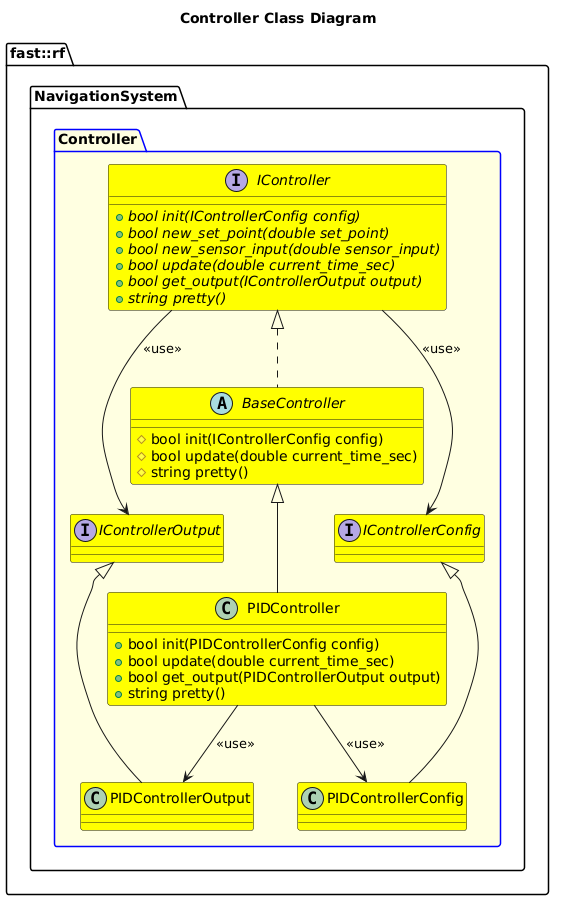
fastrobotics/robot_framework keeps this PlantUML diagram as Systems/Navigation/doc/puml/ControllerClassDiagram.png. Above is the earlier version.
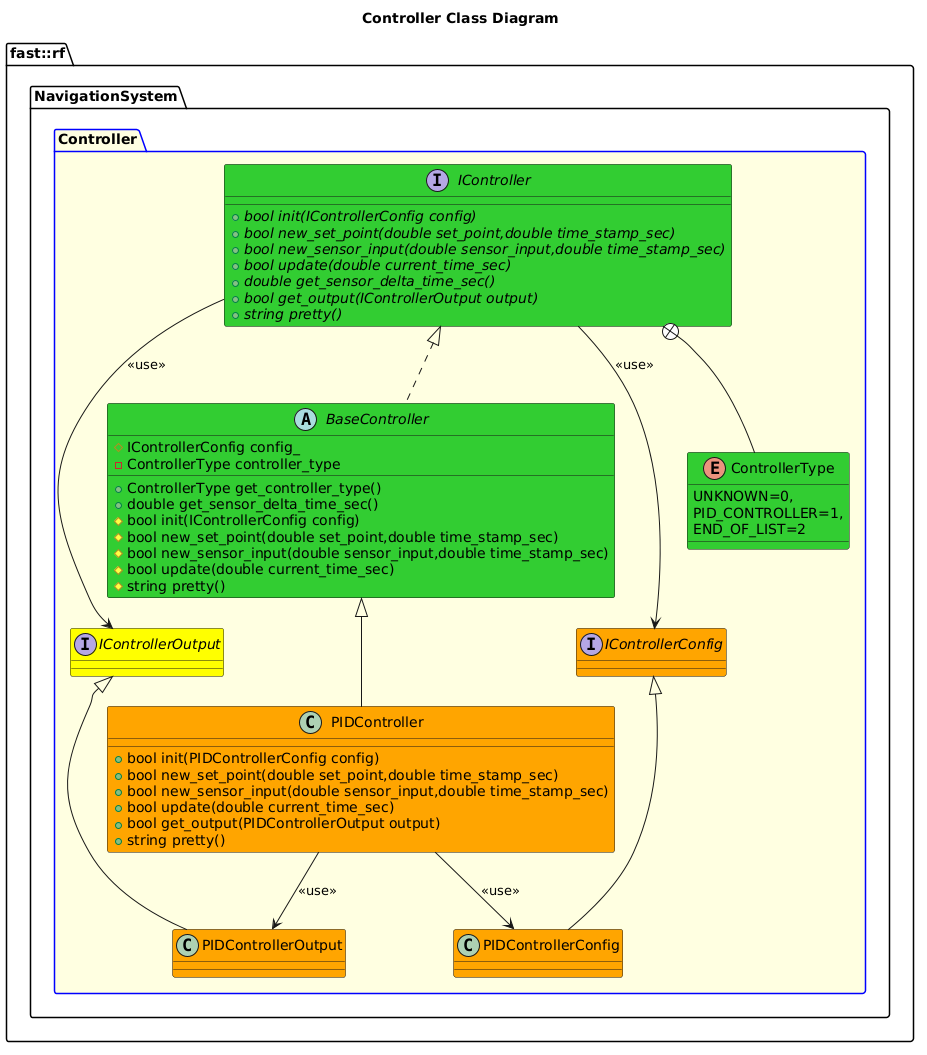
Above is the later version.

Commit message:
Working on Controller stuff.

Diff of the diagram source:
```diff
@@ -3,39 +3,54 @@
 namespace fast::rf {
   namespace NavigationSystem  {
     package Controller #LightYellow;line:blue {
+        enum ControllerType #LimeGreen {
+            UNKNOWN=0,
+            PID_CONTROLLER=1,
+            END_OF_LIST=2
+        }
         interface IControllerOutput #Yellow {
 
         }
-        interface IControllerConfig #Yellow {
+        interface IControllerConfig #Orange {
 
         }
-        interface IController #Yellow {
+        interface IController #LimeGreen {
             +{abstract} bool init(IControllerConfig config)
-            +{abstract} bool new_set_point(double set_point)
-            +{abstract} bool new_sensor_input(double sensor_input)
+            +{abstract} bool new_set_point(double set_point,double time_stamp_sec)
+            +{abstract} bool new_sensor_input(double sensor_input,double time_stamp_sec)
             +{abstract} bool update(double current_time_sec)
+            +{abstract} double get_sensor_delta_time_sec()
             +{abstract} bool get_output(IControllerOutput output)
             +{abstract} string pretty()
 
         }
+        IController +-- ControllerType
         IController --> IControllerOutput: <<use>>
         IController --> IControllerConfig: <<use>>
-        abstract BaseController #Yellow {
+        abstract BaseController #LimeGreen {
+            +ControllerType get_controller_type()
+            +double get_sensor_delta_time_sec()
             #bool init(IControllerConfig config)
+            #bool new_set_point(double set_point,double time_stamp_sec)
+            #bool new_sensor_input(double sensor_input,double time_stamp_sec)
             #bool update(double current_time_sec)
             #string pretty()
+            #IControllerConfig config_
+            -ControllerType controller_type
         }
         BaseController .up.|> IController
-        class PIDControllerOutput #Yellow {
+        class PIDControllerOutput #Orange {
 
         }
         PIDControllerOutput -up-|> IControllerOutput
-        class PIDControllerConfig #Yellow {
+        class PIDControllerConfig #Orange {
 
         }
         PIDControllerConfig -up-|> IControllerConfig
-        class PIDController #Yellow {
+        class PIDController #Orange {
             +bool init(PIDControllerConfig config)
+            +bool new_set_point(double set_point,double time_stamp_sec)
+            +bool new_sensor_input(double sensor_input,double time_stamp_sec)
             +bool update(double current_time_sec)
             +bool get_output(PIDControllerOutput output)
             +string pretty()
```
